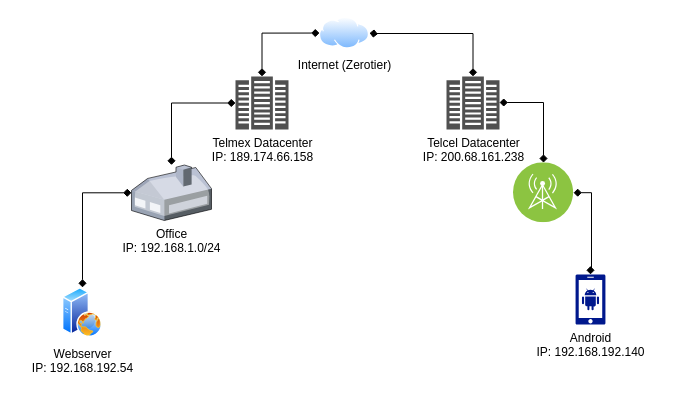
Before: Diagrama sin título.drawio in MauricioMC28/zerotier, a draw.io diagram. Source tidied: cells renumbered, new cells numbered last; positions are measured from the earlier drawing's top-left corner, leaving out a move shared by most shapes. Both pictures are drawn from the tidied source at 100%, with x=0, y=0 at pixel (62, 17).
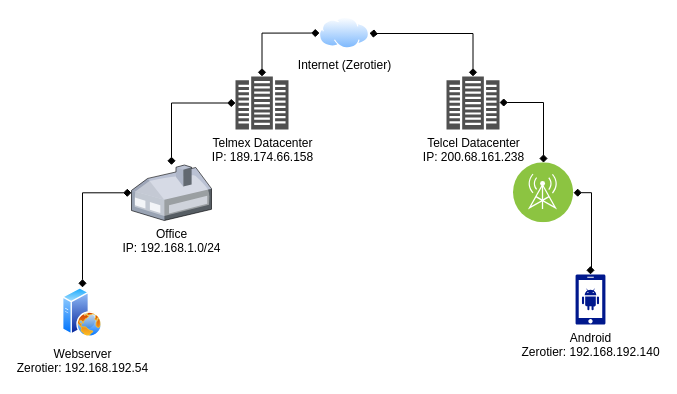
The same page after the edit.

Commit message:
zerotier-diagram

What changed in the source:
```diff
@@
 <mxGraphModel>
   <root>
     <mxCell id="0" />
     <mxCell id="1" parent="0" />
     <mxCell id="2" style="edgeStyle=orthogonalEdgeStyle;rounded=0;jettySize=auto;html=1;exitX=0;exitY=0.5;exitDx=0;exitDy=0;fontSize=12;strokeColor=default;endArrow=diamond;endFill=1;startArrow=diamond;startFill=1;" parent="1" edge="1" source="3" target="5">
       <mxGeometry relative="1" as="geometry" />
     </mxCell>
     <mxCell id="3" value="Internet (Zerotier)" style="image;perimeter=ellipsePerimeter;html=1;align=center;shadow=0;dashed=0;spacingTop=3;image=img/lib/active_directory/internet_cloud.svg;" parent="1" vertex="1">
       <mxGeometry x="257" y="-0.2" width="50" height="31.5" as="geometry" />
     </mxCell>
     <mxCell id="4" style="edgeStyle=orthogonalEdgeStyle;rounded=0;jettySize=auto;html=1;fontSize=12;strokeColor=default;endArrow=diamond;endFill=1;startArrow=diamond;startFill=1;" parent="1" edge="1" source="5" target="7">
       <mxGeometry relative="1" as="geometry" />
     </mxCell>
     <mxCell id="5" value="Telmex Datacenter&lt;div&gt;IP: 189.174.66.158&lt;/div&gt;" style="sketch=0;shadow=0;dashed=0;html=1;strokeColor=none;fillColor=#505050;labelPosition=center;verticalLabelPosition=bottom;verticalAlign=top;outlineConnect=0;align=center;shape=mxgraph.office.servers.datacenter;" parent="1" vertex="1">
       <mxGeometry x="173" y="59" width="53" height="53" as="geometry" />
     </mxCell>
     <mxCell id="6" style="edgeStyle=orthogonalEdgeStyle;rounded=0;jettySize=auto;html=1;entryX=0.5;entryY=0;entryDx=0;entryDy=0;fontSize=12;strokeColor=default;endArrow=diamond;endFill=1;startArrow=diamond;startFill=1;" parent="1" edge="1" source="7" target="8">
       <mxGeometry relative="1" as="geometry" />
     </mxCell>
     <mxCell id="7" value="Office&lt;div&gt;IP: 192.168.1.0/24&lt;/div&gt;" style="verticalLabelPosition=bottom;sketch=0;html=1;verticalAlign=top;strokeColor=none;align=center;outlineConnect=0;shape=mxgraph.citrix.home_office;" parent="1" vertex="1">
       <mxGeometry x="69" y="147.5" width="80" height="55.5" as="geometry" />
     </mxCell>
-    <mxCell id="8" value="Webserver&lt;div&gt;IP: 192.168.192.54&lt;/div&gt;" style="image;perimeter=ellipsePerimeter;html=1;align=center;shadow=0;dashed=0;spacingTop=3;image=img/lib/active_directory/web_server.svg;" parent="1" vertex="1">
+    <mxCell id="8" value="Webserver&lt;div&gt;Zerotier: 192.168.192.54&lt;/div&gt;" style="image;perimeter=ellipsePerimeter;html=1;align=center;shadow=0;dashed=0;spacingTop=3;image=img/lib/active_directory/web_server.svg;" parent="1" vertex="1">
       <mxGeometry y="270" width="40" height="50" as="geometry" />
     </mxCell>
     <mxCell id="9" style="edgeStyle=orthogonalEdgeStyle;rounded=0;jettySize=auto;html=1;entryX=1;entryY=0.5;entryDx=0;entryDy=0;fontSize=12;strokeColor=default;endArrow=diamond;endFill=1;startArrow=diamond;startFill=1;exitX=0.5;exitY=0;exitDx=0;exitDy=0;exitPerimeter=0;" parent="1" edge="1" source="10" target="14">
       <mxGeometry relative="1" as="geometry">
         <Array as="points">
           <mxPoint x="528" y="251" />
           <mxPoint x="529" y="251" />
           <mxPoint x="529" y="175" />
         </Array>
       </mxGeometry>
     </mxCell>
-    <mxCell id="10" value="Android&lt;div&gt;IP: 192.168.192.140&lt;/div&gt;" style="sketch=0;shadow=0;dashed=0;html=1;strokeColor=none;labelPosition=center;verticalLabelPosition=bottom;verticalAlign=top;align=center;fillColor=#00188D;shape=mxgraph.mscae.enterprise.android_phone;" parent="1" vertex="1">
+    <mxCell id="10" value="Android&lt;div&gt;Zerotier: 192.168.192.140&lt;/div&gt;" style="sketch=0;shadow=0;dashed=0;html=1;strokeColor=none;labelPosition=center;verticalLabelPosition=bottom;verticalAlign=top;align=center;fillColor=#00188D;shape=mxgraph.mscae.enterprise.android_phone;" parent="1" vertex="1">
       <mxGeometry x="513" y="257" width="30" height="50" as="geometry" />
     </mxCell>
     <mxCell id="11" style="edgeStyle=orthogonalEdgeStyle;rounded=0;jettySize=auto;html=1;entryX=1;entryY=0.5;entryDx=0;entryDy=0;fontSize=12;strokeColor=default;endArrow=diamond;endFill=1;startArrow=diamond;startFill=1;" parent="1" edge="1" source="12" target="3">
       <mxGeometry relative="1" as="geometry">
         <Array as="points">
           <mxPoint x="411" y="16" />
           <mxPoint x="311" y="16" />
         </Array>
       </mxGeometry>
     </mxCell>
     <mxCell id="12" value="Telcel Datacenter&lt;div&gt;IP: 200.68.161.238&lt;/div&gt;" style="sketch=0;shadow=0;dashed=0;html=1;strokeColor=none;fillColor=#505050;labelPosition=center;verticalLabelPosition=bottom;verticalAlign=top;outlineConnect=0;align=center;shape=mxgraph.office.servers.datacenter;" parent="1" vertex="1">
       <mxGeometry x="384" y="59" width="53" height="53" as="geometry" />
     </mxCell>
     <mxCell id="13" style="edgeStyle=orthogonalEdgeStyle;rounded=0;jettySize=auto;html=1;exitX=0.5;exitY=0;exitDx=0;exitDy=0;fontSize=12;strokeColor=default;endArrow=diamond;endFill=1;startArrow=diamond;startFill=1;" parent="1" edge="1" source="14" target="12">
       <mxGeometry relative="1" as="geometry">
         <Array as="points">
           <mxPoint x="481" y="85" />
         </Array>
       </mxGeometry>
     </mxCell>
     <mxCell id="14" style="image;perimeter=ellipsePerimeter;html=1;align=center;shadow=0;dashed=0;fontColor=#4277BB;labelBackgroundColor=default;fontSize=12;spacingTop=3;image=img/lib/ibm/infrastructure/mobile_provider_network.svg;" parent="1" vertex="1">
       <mxGeometry x="451" y="145.2" width="60" height="60" as="geometry" />
     </mxCell>
   </root>
 </mxGraphModel>
```
